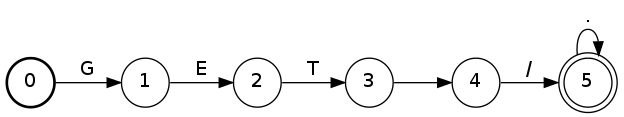
Earlier version of the Graphviz export regex.png (7h3rAm/re2dotgraph). Its source is kept beside it as regex.dot. The source it was exported from:
```dot
digraph finite_state_machine {
	node [shape = doublecircle]; 5;
	node [shape = circle];
	rankdir=LR;
	0 [style = bold];
	0 -> 1  [label = "G"];
	1 -> 2  [label = "E"];
	2 -> 3  [label = "T"];
	3 -> 4  [label = " "];
	4 -> 5  [label = "/"];
	5 -> 5  [label = "."];
}
```
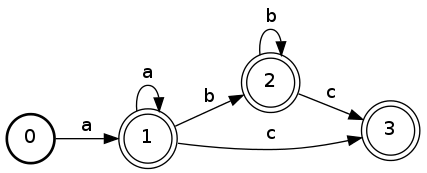
After the commit.

Diff of the diagram source:
```diff
@@ -1,12 +1,12 @@
 digraph finite_state_machine {
-	node [shape = doublecircle]; 5;
+	node [shape = doublecircle]; 1; 2; 3;
 	node [shape = circle];
 	rankdir=LR;
 	0 [style = bold];
-	0 -> 1  [label = "G"];
-	1 -> 2  [label = "E"];
-	2 -> 3  [label = "T"];
-	3 -> 4  [label = " "];
-	4 -> 5  [label = "/"];
-	5 -> 5  [label = "."];
+	0 -> 1  [label = "a"];
+	1 -> 1  [label = "a"];
+	1 -> 2  [label = "b"];
+	1 -> 3  [label = "c"];
+	2 -> 2  [label = "b"];
+	2 -> 3  [label = "c"];
 }
```
